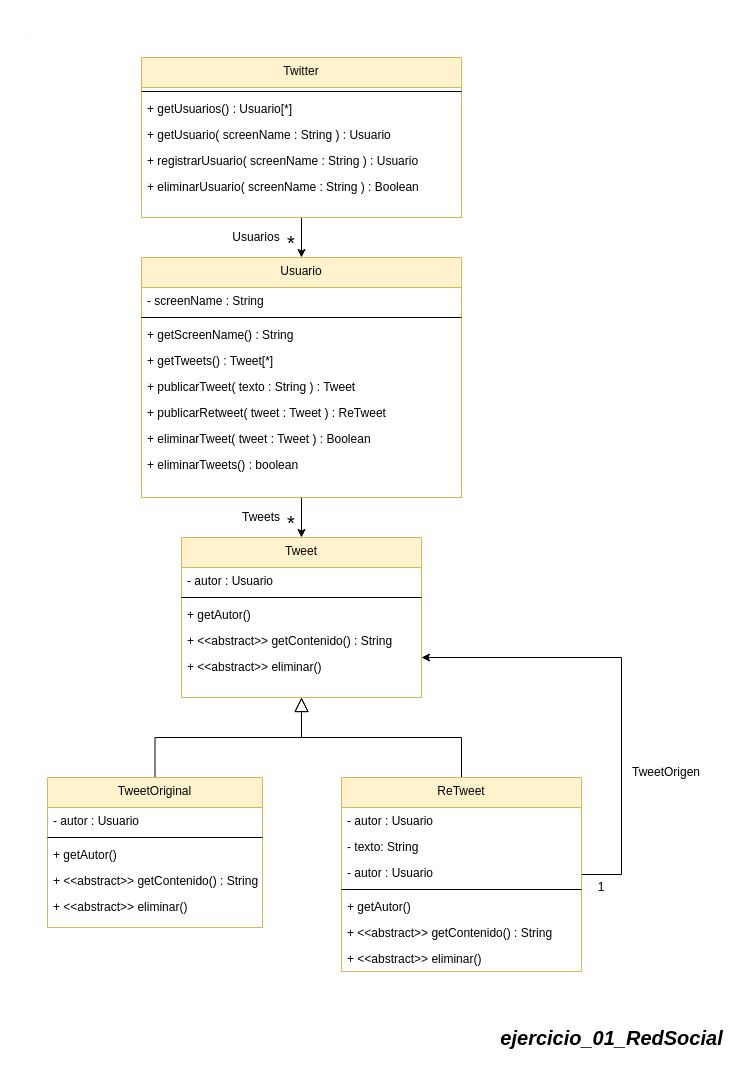
Earlier version of the draw.io diagram Practicas/Patrones/ejercicio_01_RedSocial/UML/ejercicio_01_RedSocial.drawio (TaielNxz/OO2). Source tidied: cells renumbered, new cells numbered last; positions are measured from the earlier drawing's top-left corner, leaving out a move shared by most shapes. Both pictures are drawn from the tidied source at 100%, with x=0, y=0 at pixel (17, 17).
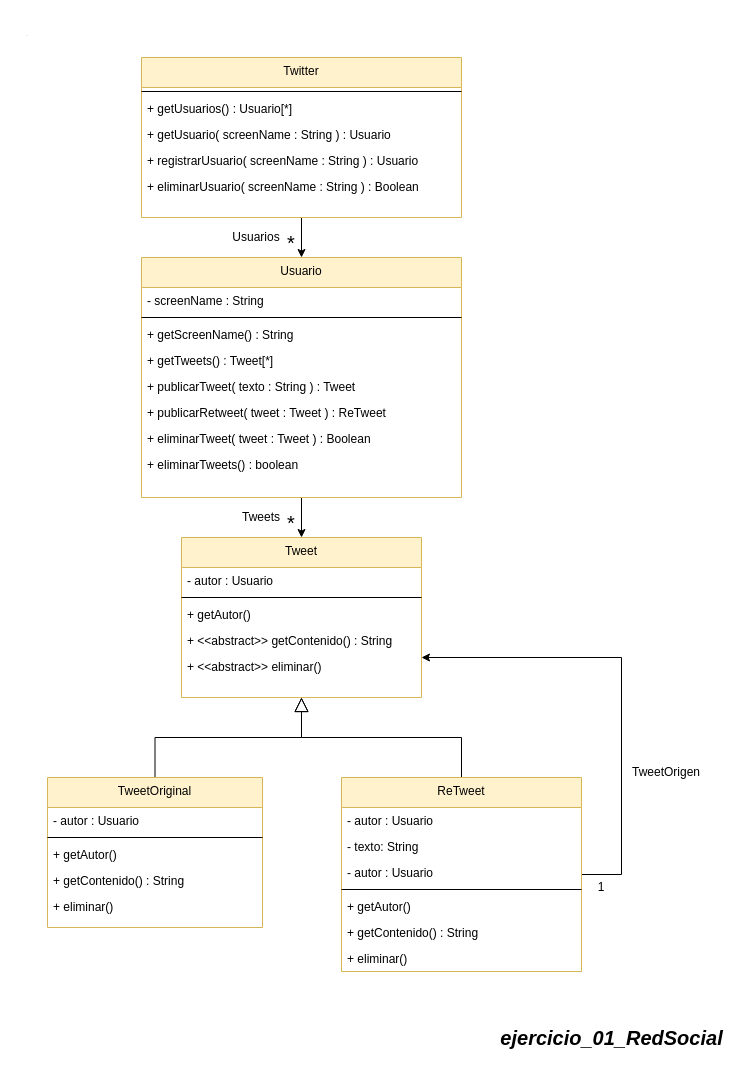
Above is the later version.

Commit message (it also covers changes not shown here):
actualizo uml del ejercicio 1 de patrones

The change refers to these unchanged cells:
```xml
<mxCell id="29" value="TweetOriginal" style="swimlane;fontStyle=0;align=center;verticalAlign=top;horizontal=1;startSize=30;rounded=0;shadow=0;strokeWidth=1;fillColor=#fff2cc;strokeColor=#d6b656;" parent="1" vertex="1">
  <mxGeometry x="30" y="760" width="215" height="150" as="geometry" />
</mxCell>
<mxCell id="38" value="ReTweet" style="swimlane;fontStyle=0;align=center;verticalAlign=top;horizontal=1;startSize=30;rounded=0;shadow=0;strokeWidth=1;fillColor=#fff2cc;strokeColor=#d6b656;" parent="1" vertex="1">
  <mxGeometry x="324" y="760" width="240" height="194" as="geometry" />
</mxCell>
```

Change to the diagram source:
```diff
@@
-    <mxCell id="33" value="+ &lt;&lt;abstract&gt;&gt; getContenido() : String" style="text;align=left;verticalAlign=top;spacingLeft=4;spacingRight=4;overflow=hidden;rounded=0;shadow=0;html=0;" parent="29" vertex="1">
+    <mxCell id="33" value="+ getContenido() : String" style="text;align=left;verticalAlign=top;spacingLeft=4;spacingRight=4;overflow=hidden;rounded=0;shadow=0;html=0;" parent="29" vertex="1">
       <mxGeometry y="90" width="215" height="26" as="geometry" />
     </mxCell>
-    <mxCell id="34" value="+ &lt;&lt;abstract&gt;&gt; eliminar() &#10;" style="text;align=left;verticalAlign=top;spacingLeft=4;spacingRight=4;overflow=hidden;rounded=0;shadow=0;html=0;" parent="29" vertex="1">
+    <mxCell id="34" value="+ eliminar() &#10;" style="text;align=left;verticalAlign=top;spacingLeft=4;spacingRight=4;overflow=hidden;rounded=0;shadow=0;html=0;" parent="29" vertex="1">
       <mxGeometry y="116" width="215" height="26" as="geometry" />
     </mxCell>
@@
-    <mxCell id="44" value="+ &lt;&lt;abstract&gt;&gt; getContenido() : String" style="text;align=left;verticalAlign=top;spacingLeft=4;spacingRight=4;overflow=hidden;rounded=0;shadow=0;html=0;" parent="38" vertex="1">
+    <mxCell id="44" value="+ getContenido() : String" style="text;align=left;verticalAlign=top;spacingLeft=4;spacingRight=4;overflow=hidden;rounded=0;shadow=0;html=0;" parent="38" vertex="1">
       <mxGeometry y="142" width="240" height="26" as="geometry" />
     </mxCell>
-    <mxCell id="45" value="+ &lt;&lt;abstract&gt;&gt; eliminar() &#10;" style="text;align=left;verticalAlign=top;spacingLeft=4;spacingRight=4;overflow=hidden;rounded=0;shadow=0;html=0;" parent="38" vertex="1">
+    <mxCell id="45" value="+ eliminar() &#10;" style="text;align=left;verticalAlign=top;spacingLeft=4;spacingRight=4;overflow=hidden;rounded=0;shadow=0;html=0;" parent="38" vertex="1">
       <mxGeometry y="168" width="240" height="26" as="geometry" />
     </mxCell>
```
